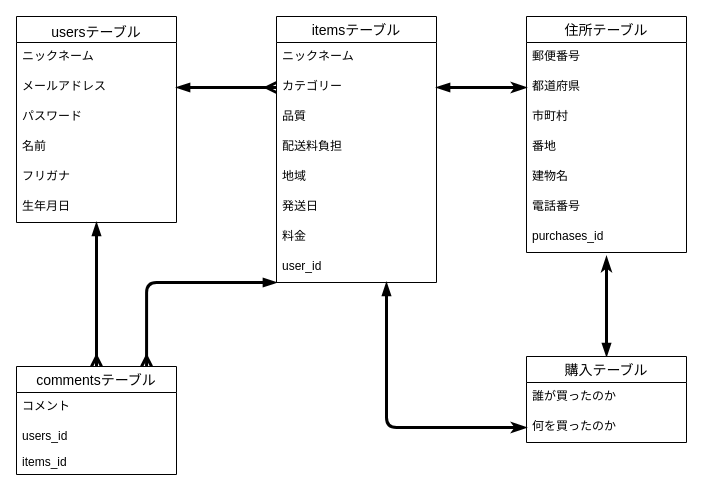
This is test.dio from sakoji14/furima-37205, a draw.io file, before an edit. Source tidied: cells renumbered, new cells numbered last; positions are measured from the earlier drawing's top-left corner, leaving out a move shared by most shapes. Both pictures are drawn from the tidied source at 100%, with x=0, y=0 at pixel (16, 16).
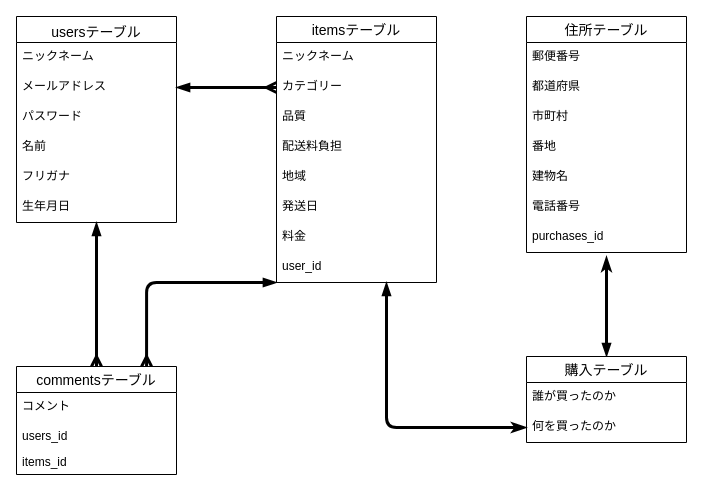
Above is the later version.

Unchanged cells that the change refers to:
```xml
<mxCell id="6" value="カテゴリー" style="text;strokeColor=none;fillColor=none;spacingLeft=4;spacingRight=4;overflow=hidden;points=[[0,0.5],[1,0.5]];portConstraint=eastwest;fontSize=12;" parent="4" vertex="1">
  <mxGeometry y="56" width="160" height="30" as="geometry" />
</mxCell>
<mxCell id="31" value="都道府県" style="text;strokeColor=none;fillColor=none;spacingLeft=4;spacingRight=4;overflow=hidden;points=[[0,0.5],[1,0.5]];portConstraint=eastwest;fontSize=12;" parent="29" vertex="1">
  <mxGeometry y="56" width="160" height="30" as="geometry" />
</mxCell>
```

The edit, as a diff of the source:
```diff
@@
-    <mxCell id="38" style="edgeStyle=none;html=1;startArrow=blockThin;startFill=1;endArrow=classicThin;endFill=1;strokeWidth=3;entryX=0;entryY=0.5;entryDx=0;entryDy=0;" parent="1" edge="1" source="6" target="31">
-      <mxGeometry relative="1" as="geometry" />
-    </mxCell>
```
